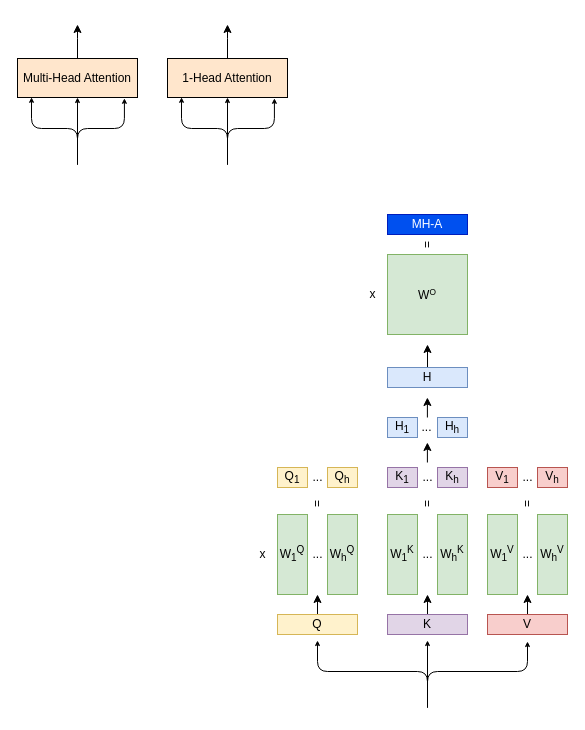
The draw.io diagram page "multi-head attention" (5 of 8) of illustration/transformer.drawio in tanquangduong/transformer-pt, before the edit. Source tidied: cells renumbered, new cells numbered last; positions are measured from the earlier drawing's top-left corner, leaving out a move shared by most shapes. Both pictures are drawn from the tidied source at 100%, with x=0, y=0 at pixel (17, 24).
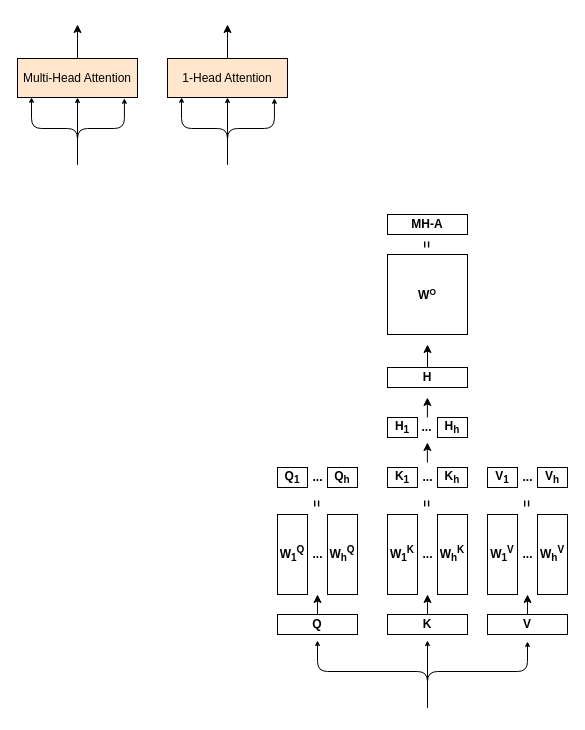
The same diagram, later.

The edit, as a diff of the source:
```diff
@@
-    <mxCell id="12" style="edgeStyle=orthogonalEdgeStyle;rounded=1;orthogonalLoop=1;jettySize=auto;html=1;curved=0;endSize=3;" parent="1" edge="1">
+    <mxCell id="12" style="edgeStyle=orthogonalEdgeStyle;rounded=1;orthogonalLoop=1;jettySize=auto;html=1;curved=0;endSize=3;fontStyle=1;" parent="1" edge="1">
       <mxGeometry relative="1" as="geometry">
         <mxPoint x="410" y="683" as="sourcePoint" />
         <mxPoint x="510" y="617" as="targetPoint" />
         <Array as="points">
           <mxPoint x="410" y="647" />
           <mxPoint x="510" y="647" />
         </Array>
       </mxGeometry>
     </mxCell>
-    <mxCell id="13" style="edgeStyle=orthogonalEdgeStyle;rounded=1;orthogonalLoop=1;jettySize=auto;html=1;curved=0;endSize=3;" parent="1" edge="1">
+    <mxCell id="13" style="edgeStyle=orthogonalEdgeStyle;rounded=1;orthogonalLoop=1;jettySize=auto;html=1;curved=0;endSize=3;fontStyle=1;" parent="1" edge="1">
       <mxGeometry relative="1" as="geometry">
         <mxPoint x="410" y="683" as="sourcePoint" />
         <mxPoint x="300" y="616" as="targetPoint" />
         <Array as="points">
           <mxPoint x="410" y="647" />
           <mxPoint x="300" y="647" />
         </Array>
       </mxGeometry>
     </mxCell>
-    <mxCell id="14" style="edgeStyle=orthogonalEdgeStyle;rounded=1;orthogonalLoop=1;jettySize=auto;html=1;entryX=0.5;entryY=1;entryDx=0;entryDy=0;curved=0;endSize=3;" parent="1" edge="1">
+    <mxCell id="14" style="edgeStyle=orthogonalEdgeStyle;rounded=1;orthogonalLoop=1;jettySize=auto;html=1;entryX=0.5;entryY=1;entryDx=0;entryDy=0;curved=0;endSize=3;fontStyle=1;" parent="1" edge="1">
       <mxGeometry relative="1" as="geometry">
         <mxPoint x="410" y="683" as="sourcePoint" />
         <mxPoint x="410" y="616" as="targetPoint" />
       </mxGeometry>
     </mxCell>
-    <mxCell id="15" style="edgeStyle=orthogonalEdgeStyle;rounded=0;jettySize=auto;html=1;" parent="1" edge="1" source="16">
+    <mxCell id="15" style="edgeStyle=orthogonalEdgeStyle;rounded=0;jettySize=auto;html=1;fontStyle=1;" parent="1" edge="1" source="16">
       <mxGeometry relative="1" as="geometry">
         <mxPoint x="300" y="570" as="targetPoint" />
       </mxGeometry>
     </mxCell>
-    <mxCell id="16" value="Q" style="rounded=0;whiteSpace=wrap;html=1;fillColor=#fff2cc;strokeColor=#d6b656;" parent="1" vertex="1">
+    <mxCell id="16" value="Q" style="rounded=0;whiteSpace=wrap;html=1;fontStyle=1;" parent="1" vertex="1">
       <mxGeometry x="260" y="590" width="80" height="20" as="geometry" />
     </mxCell>
-    <mxCell id="17" value="W&lt;sub&gt;1&lt;/sub&gt;&lt;sup&gt;Q&lt;/sup&gt;" style="rounded=0;whiteSpace=wrap;html=1;fillColor=#d5e8d4;strokeColor=#82b366;" parent="1" vertex="1">
+    <mxCell id="17" value="W&lt;sub&gt;1&lt;/sub&gt;&lt;sup&gt;Q&lt;/sup&gt;" style="rounded=0;whiteSpace=wrap;html=1;fontStyle=1;" parent="1" vertex="1">
       <mxGeometry x="260" y="490" width="30" height="80" as="geometry" />
     </mxCell>
-    <mxCell id="18" value="x" style="text;html=1;align=center;verticalAlign=middle;strokeColor=none;fillColor=none;" parent="1" vertex="1">
-      <mxGeometry x="230" y="515" width="30" height="30" as="geometry" />
-    </mxCell>
-    <mxCell id="19" value="Q&lt;sub style=&quot;border-color: var(--border-color);&quot;&gt;1&lt;/sub&gt;" style="rounded=0;whiteSpace=wrap;html=1;fillColor=#fff2cc;strokeColor=#d6b656;" parent="1" vertex="1">
+    <mxCell id="19" value="Q&lt;sub style=&quot;border-color: var(--border-color);&quot;&gt;1&lt;/sub&gt;" style="rounded=0;whiteSpace=wrap;html=1;fontStyle=1;" parent="1" vertex="1">
       <mxGeometry x="260" y="443" width="30" height="20" as="geometry" />
     </mxCell>
-    <mxCell id="20" style="edgeStyle=orthogonalEdgeStyle;rounded=0;jettySize=auto;html=1;" parent="1" edge="1" source="21">
+    <mxCell id="20" style="edgeStyle=orthogonalEdgeStyle;rounded=0;jettySize=auto;html=1;fontStyle=1;" parent="1" edge="1" source="21">
       <mxGeometry relative="1" as="geometry">
         <mxPoint x="410" y="570" as="targetPoint" />
       </mxGeometry>
     </mxCell>
-    <mxCell id="21" value="K" style="rounded=0;whiteSpace=wrap;html=1;fillColor=#e1d5e7;strokeColor=#9673a6;" parent="1" vertex="1">
+    <mxCell id="21" value="K" style="rounded=0;whiteSpace=wrap;html=1;fontStyle=1;" parent="1" vertex="1">
       <mxGeometry x="370" y="590" width="80" height="20" as="geometry" />
     </mxCell>
-    <mxCell id="22" style="edgeStyle=orthogonalEdgeStyle;rounded=0;jettySize=auto;html=1;" parent="1" edge="1" source="23">
+    <mxCell id="22" style="edgeStyle=orthogonalEdgeStyle;rounded=0;jettySize=auto;html=1;fontStyle=1;" parent="1" edge="1" source="23">
       <mxGeometry relative="1" as="geometry">
         <mxPoint x="510" y="570" as="targetPoint" />
       </mxGeometry>
     </mxCell>
-    <mxCell id="23" value="V" style="rounded=0;whiteSpace=wrap;html=1;fillColor=#f8cecc;strokeColor=#b85450;" parent="1" vertex="1">
+    <mxCell id="23" value="V" style="rounded=0;whiteSpace=wrap;html=1;fontStyle=1;" parent="1" vertex="1">
       <mxGeometry x="470" y="590" width="80" height="20" as="geometry" />
     </mxCell>
-    <mxCell id="24" value="W&lt;sub&gt;1&lt;/sub&gt;&lt;sup&gt;K&lt;/sup&gt;" style="rounded=0;whiteSpace=wrap;html=1;fillColor=#d5e8d4;strokeColor=#82b366;" parent="1" vertex="1">
+    <mxCell id="24" value="W&lt;sub&gt;1&lt;/sub&gt;&lt;sup&gt;K&lt;/sup&gt;" style="rounded=0;whiteSpace=wrap;html=1;fontStyle=1;" parent="1" vertex="1">
       <mxGeometry x="370" y="490" width="30" height="80" as="geometry" />
     </mxCell>
-    <mxCell id="25" value="W&lt;sub&gt;1&lt;/sub&gt;&lt;sup&gt;V&lt;/sup&gt;" style="rounded=0;whiteSpace=wrap;html=1;fillColor=#d5e8d4;strokeColor=#82b366;" parent="1" vertex="1">
+    <mxCell id="25" value="W&lt;sub&gt;1&lt;/sub&gt;&lt;sup&gt;V&lt;/sup&gt;" style="rounded=0;whiteSpace=wrap;html=1;fontStyle=1;" parent="1" vertex="1">
       <mxGeometry x="470" y="490" width="30" height="80" as="geometry" />
     </mxCell>
-    <mxCell id="26" value="Q&lt;sub style=&quot;border-color: var(--border-color);&quot;&gt;h&lt;/sub&gt;" style="rounded=0;whiteSpace=wrap;html=1;fillColor=#fff2cc;strokeColor=#d6b656;" parent="1" vertex="1">
+    <mxCell id="26" value="Q&lt;sub style=&quot;border-color: var(--border-color);&quot;&gt;h&lt;/sub&gt;" style="rounded=0;whiteSpace=wrap;html=1;fontStyle=1;" parent="1" vertex="1">
       <mxGeometry x="310" y="443" width="30" height="20" as="geometry" />
     </mxCell>
-    <mxCell id="27" value="K&lt;sub style=&quot;border-color: var(--border-color);&quot;&gt;1&lt;/sub&gt;" style="rounded=0;whiteSpace=wrap;html=1;fillColor=#e1d5e7;strokeColor=#9673a6;" parent="1" vertex="1">
+    <mxCell id="27" value="K&lt;sub style=&quot;border-color: var(--border-color);&quot;&gt;1&lt;/sub&gt;" style="rounded=0;whiteSpace=wrap;html=1;fontStyle=1;" parent="1" vertex="1">
       <mxGeometry x="370" y="443" width="30" height="20" as="geometry" />
     </mxCell>
-    <mxCell id="28" value="K&lt;sub style=&quot;border-color: var(--border-color);&quot;&gt;h&lt;/sub&gt;" style="rounded=0;whiteSpace=wrap;html=1;fillColor=#e1d5e7;strokeColor=#9673a6;" parent="1" vertex="1">
+    <mxCell id="28" value="K&lt;sub style=&quot;border-color: var(--border-color);&quot;&gt;h&lt;/sub&gt;" style="rounded=0;whiteSpace=wrap;html=1;fontStyle=1;" parent="1" vertex="1">
       <mxGeometry x="420" y="443" width="30" height="20" as="geometry" />
     </mxCell>
-    <mxCell id="29" value="V&lt;sub style=&quot;border-color: var(--border-color);&quot;&gt;1&lt;/sub&gt;" style="rounded=0;whiteSpace=wrap;html=1;fillColor=#f8cecc;strokeColor=#b85450;" parent="1" vertex="1">
+    <mxCell id="29" value="V&lt;sub style=&quot;border-color: var(--border-color);&quot;&gt;1&lt;/sub&gt;" style="rounded=0;whiteSpace=wrap;html=1;fontStyle=1;" parent="1" vertex="1">
       <mxGeometry x="470" y="443" width="30" height="20" as="geometry" />
     </mxCell>
-    <mxCell id="30" value="V&lt;sub style=&quot;border-color: var(--border-color);&quot;&gt;h&lt;/sub&gt;" style="rounded=0;whiteSpace=wrap;html=1;fillColor=#f8cecc;strokeColor=#b85450;" parent="1" vertex="1">
+    <mxCell id="30" value="V&lt;sub style=&quot;border-color: var(--border-color);&quot;&gt;h&lt;/sub&gt;" style="rounded=0;whiteSpace=wrap;html=1;fontStyle=1;" parent="1" vertex="1">
       <mxGeometry x="520" y="443" width="30" height="20" as="geometry" />
     </mxCell>
-    <mxCell id="31" value="H&lt;sub&gt;1&lt;/sub&gt;" style="rounded=0;whiteSpace=wrap;html=1;fillColor=#dae8fc;strokeColor=#6c8ebf;" parent="1" vertex="1">
+    <mxCell id="31" value="H&lt;sub&gt;1&lt;/sub&gt;" style="rounded=0;whiteSpace=wrap;html=1;fontStyle=1;" parent="1" vertex="1">
       <mxGeometry x="370" y="393" width="30" height="20" as="geometry" />
     </mxCell>
-    <mxCell id="32" value="H&lt;sub&gt;h&lt;/sub&gt;" style="rounded=0;whiteSpace=wrap;html=1;fillColor=#dae8fc;strokeColor=#6c8ebf;" parent="1" vertex="1">
+    <mxCell id="32" value="H&lt;sub&gt;h&lt;/sub&gt;" style="rounded=0;whiteSpace=wrap;html=1;fontStyle=1;" parent="1" vertex="1">
       <mxGeometry x="420" y="393" width="30" height="20" as="geometry" />
     </mxCell>
-    <mxCell id="33" style="edgeStyle=orthogonalEdgeStyle;rounded=0;jettySize=auto;html=1;" parent="1" edge="1" source="34">
+    <mxCell id="33" style="edgeStyle=orthogonalEdgeStyle;rounded=0;jettySize=auto;html=1;fontStyle=1;" parent="1" edge="1" source="34">
       <mxGeometry relative="1" as="geometry">
         <mxPoint x="410" y="320" as="targetPoint" />
       </mxGeometry>
     </mxCell>
-    <mxCell id="34" value="H" style="rounded=0;whiteSpace=wrap;html=1;fillColor=#dae8fc;strokeColor=#6c8ebf;" parent="1" vertex="1">
+    <mxCell id="34" value="H" style="rounded=0;whiteSpace=wrap;html=1;fontStyle=1;" parent="1" vertex="1">
       <mxGeometry x="370" y="343" width="80" height="20" as="geometry" />
     </mxCell>
-    <mxCell id="35" value="W&lt;span style=&quot;font-size: 10px;&quot;&gt;&lt;sup&gt;O&lt;/sup&gt;&lt;/span&gt;" style="rounded=0;whiteSpace=wrap;html=1;fillColor=#d5e8d4;strokeColor=#82b366;" parent="1" vertex="1">
+    <mxCell id="35" value="W&lt;span style=&quot;font-size: 10px;&quot;&gt;&lt;sup&gt;O&lt;/sup&gt;&lt;/span&gt;" style="rounded=0;whiteSpace=wrap;html=1;fontStyle=1;" parent="1" vertex="1">
       <mxGeometry x="370" y="230" width="80" height="80" as="geometry" />
     </mxCell>
-    <mxCell id="36" value="MH-A" style="rounded=0;whiteSpace=wrap;html=1;fillColor=#0050ef;strokeColor=#001DBC;fontColor=#ffffff;" parent="1" vertex="1">
+    <mxCell id="36" value="MH-A" style="rounded=0;whiteSpace=wrap;html=1;fontStyle=1;" parent="1" vertex="1">
       <mxGeometry x="370" y="190" width="80" height="20" as="geometry" />
     </mxCell>
-    <mxCell id="37" value="..." style="text;html=1;align=center;verticalAlign=middle;strokeColor=none;fillColor=none;" parent="1" vertex="1">
+    <mxCell id="37" value="..." style="text;html=1;align=center;verticalAlign=middle;fontStyle=1;" parent="1" vertex="1">
       <mxGeometry x="285" y="438" width="30" height="30" as="geometry" />
     </mxCell>
-    <mxCell id="38" value="=" style="text;html=1;align=center;verticalAlign=middle;strokeColor=none;fillColor=none;flipH=1;flipV=1;rotation=-90;" parent="1" vertex="1">
+    <mxCell id="38" value="=" style="text;html=1;align=center;verticalAlign=middle;flipH=1;flipV=1;rotation=-90;fontStyle=1;" parent="1" vertex="1">
       <mxGeometry x="285" y="465" width="30" height="30" as="geometry" />
     </mxCell>
-    <mxCell id="39" value="=" style="text;html=1;align=center;verticalAlign=middle;strokeColor=none;fillColor=none;flipH=1;flipV=1;rotation=-90;" parent="1" vertex="1">
+    <mxCell id="39" value="=" style="text;html=1;align=center;verticalAlign=middle;flipH=1;flipV=1;rotation=-90;fontStyle=1;" parent="1" vertex="1">
       <mxGeometry x="395" y="465" width="30" height="30" as="geometry" />
     </mxCell>
-    <mxCell id="40" value="=" style="text;html=1;align=center;verticalAlign=middle;strokeColor=none;fillColor=none;flipH=1;flipV=1;rotation=-90;" parent="1" vertex="1">
+    <mxCell id="40" value="=" style="text;html=1;align=center;verticalAlign=middle;flipH=1;flipV=1;rotation=-90;fontStyle=1;" parent="1" vertex="1">
       <mxGeometry x="495" y="465" width="30" height="30" as="geometry" />
     </mxCell>
-    <mxCell id="41" value="..." style="text;html=1;align=center;verticalAlign=middle;strokeColor=none;fillColor=none;" parent="1" vertex="1">
+    <mxCell id="41" value="..." style="text;html=1;align=center;verticalAlign=middle;fontStyle=1;" parent="1" vertex="1">
       <mxGeometry x="395" y="438" width="30" height="30" as="geometry" />
     </mxCell>
-    <mxCell id="42" value="..." style="text;html=1;align=center;verticalAlign=middle;strokeColor=none;fillColor=none;" parent="1" vertex="1">
+    <mxCell id="42" value="..." style="text;html=1;align=center;verticalAlign=middle;fontStyle=1;" parent="1" vertex="1">
       <mxGeometry x="495" y="438" width="30" height="30" as="geometry" />
     </mxCell>
-    <mxCell id="43" style="edgeStyle=orthogonalEdgeStyle;rounded=0;orthogonalLoop=1;jettySize=auto;html=1;" parent="1" edge="1">
+    <mxCell id="43" style="edgeStyle=orthogonalEdgeStyle;rounded=0;orthogonalLoop=1;jettySize=auto;html=1;fontStyle=1;" parent="1" edge="1">
       <mxGeometry relative="1" as="geometry">
         <mxPoint x="409.9" y="438" as="sourcePoint" />
         <mxPoint x="409.9" y="418" as="targetPoint" />
       </mxGeometry>
     </mxCell>
-    <mxCell id="44" style="edgeStyle=orthogonalEdgeStyle;rounded=0;orthogonalLoop=1;jettySize=auto;html=1;" parent="1" edge="1">
+    <mxCell id="44" style="edgeStyle=orthogonalEdgeStyle;rounded=0;orthogonalLoop=1;jettySize=auto;html=1;fontStyle=1;" parent="1" edge="1">
       <mxGeometry relative="1" as="geometry">
         <mxPoint x="409.9" y="393" as="sourcePoint" />
         <mxPoint x="409.9" y="373" as="targetPoint" />
       </mxGeometry>
     </mxCell>
-    <mxCell id="45" value="..." style="text;html=1;align=center;verticalAlign=middle;strokeColor=none;fillColor=none;" parent="1" vertex="1">
+    <mxCell id="45" value="..." style="text;html=1;align=center;verticalAlign=middle;fontStyle=1;" parent="1" vertex="1">
       <mxGeometry x="394" y="388" width="30" height="30" as="geometry" />
     </mxCell>
-    <mxCell id="46" value="x" style="text;html=1;align=center;verticalAlign=middle;strokeColor=none;fillColor=none;" parent="1" vertex="1">
-      <mxGeometry x="340" y="255" width="30" height="30" as="geometry" />
-    </mxCell>
-    <mxCell id="47" value="=" style="text;html=1;align=center;verticalAlign=middle;strokeColor=none;fillColor=none;flipH=1;flipV=1;rotation=-90;" parent="1" vertex="1">
+    <mxCell id="47" value="=" style="text;html=1;align=center;verticalAlign=middle;flipH=1;flipV=1;rotation=-90;fontStyle=1;" parent="1" vertex="1">
       <mxGeometry x="395" y="206" width="30" height="30" as="geometry" />
     </mxCell>
-    <mxCell id="48" value="W&lt;sub&gt;h&lt;/sub&gt;&lt;sup&gt;Q&lt;/sup&gt;" style="rounded=0;whiteSpace=wrap;html=1;fillColor=#d5e8d4;strokeColor=#82b366;" parent="1" vertex="1">
+    <mxCell id="48" value="W&lt;sub&gt;h&lt;/sub&gt;&lt;sup&gt;Q&lt;/sup&gt;" style="rounded=0;whiteSpace=wrap;html=1;fontStyle=1;" parent="1" vertex="1">
       <mxGeometry x="310" y="490" width="30" height="80" as="geometry" />
     </mxCell>
-    <mxCell id="49" value="W&lt;sub&gt;h&lt;/sub&gt;&lt;sup&gt;K&lt;/sup&gt;" style="rounded=0;whiteSpace=wrap;html=1;fillColor=#d5e8d4;strokeColor=#82b366;" parent="1" vertex="1">
+    <mxCell id="49" value="W&lt;sub&gt;h&lt;/sub&gt;&lt;sup&gt;K&lt;/sup&gt;" style="rounded=0;whiteSpace=wrap;html=1;fontStyle=1;" parent="1" vertex="1">
       <mxGeometry x="420" y="490" width="30" height="80" as="geometry" />
     </mxCell>
-    <mxCell id="50" value="W&lt;sub&gt;h&lt;/sub&gt;&lt;sup&gt;V&lt;/sup&gt;" style="rounded=0;whiteSpace=wrap;html=1;fillColor=#d5e8d4;strokeColor=#82b366;" parent="1" vertex="1">
+    <mxCell id="50" value="W&lt;sub&gt;h&lt;/sub&gt;&lt;sup&gt;V&lt;/sup&gt;" style="rounded=0;whiteSpace=wrap;html=1;fontStyle=1;" parent="1" vertex="1">
       <mxGeometry x="520" y="490" width="30" height="80" as="geometry" />
     </mxCell>
-    <mxCell id="51" value="..." style="text;html=1;align=center;verticalAlign=middle;strokeColor=none;fillColor=none;" parent="1" vertex="1">
+    <mxCell id="51" value="..." style="text;html=1;align=center;verticalAlign=middle;fontStyle=1;" parent="1" vertex="1">
       <mxGeometry x="285" y="515" width="30" height="30" as="geometry" />
     </mxCell>
-    <mxCell id="52" value="..." style="text;html=1;align=center;verticalAlign=middle;strokeColor=none;fillColor=none;" parent="1" vertex="1">
+    <mxCell id="52" value="..." style="text;html=1;align=center;verticalAlign=middle;fontStyle=1;" parent="1" vertex="1">
       <mxGeometry x="395" y="515" width="30" height="30" as="geometry" />
     </mxCell>
-    <mxCell id="53" value="..." style="text;html=1;align=center;verticalAlign=middle;strokeColor=none;fillColor=none;" parent="1" vertex="1">
+    <mxCell id="53" value="..." style="text;html=1;align=center;verticalAlign=middle;fontStyle=1;" parent="1" vertex="1">
       <mxGeometry x="495" y="515" width="30" height="30" as="geometry" />
     </mxCell>
```
